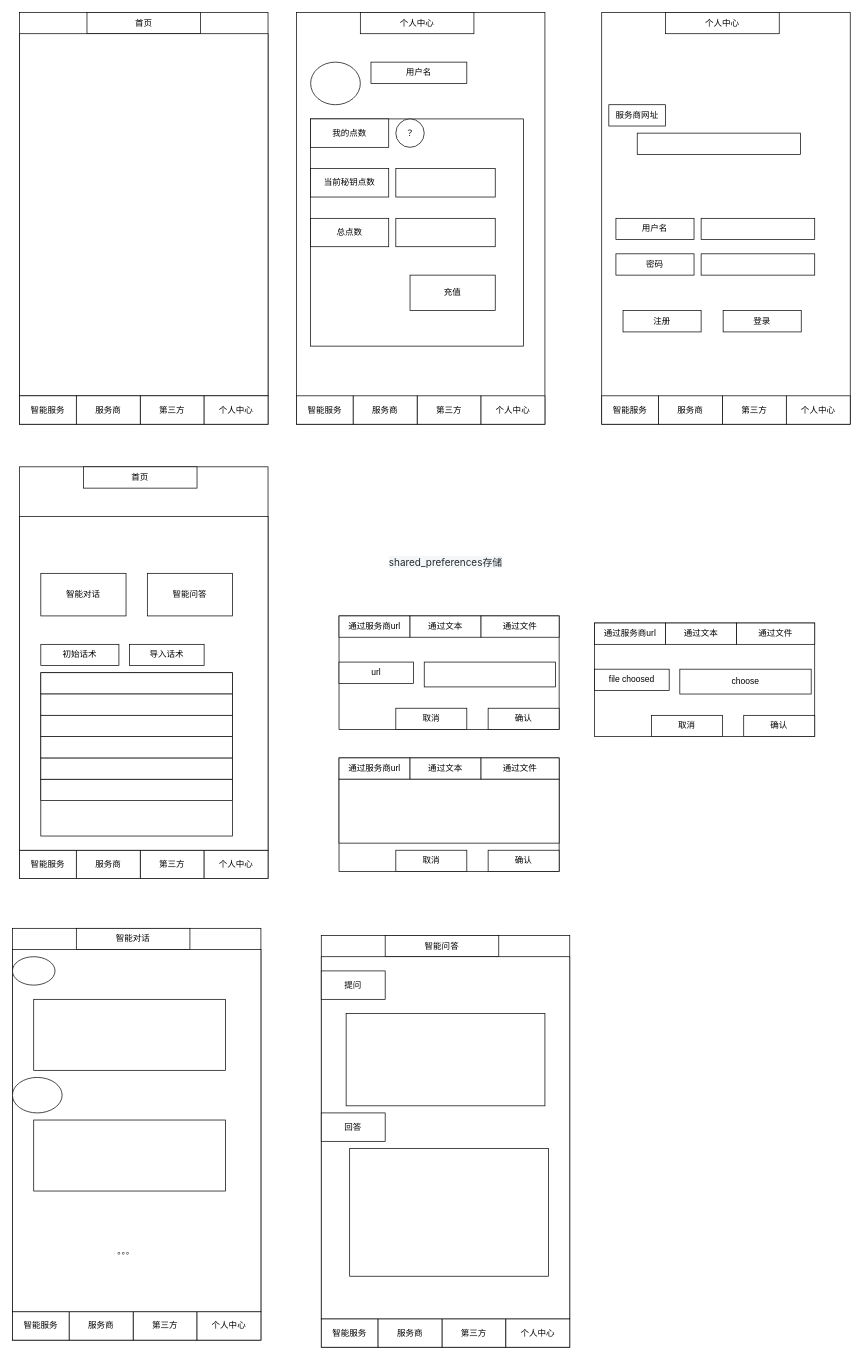
Above: assets/design/home.drawio in Basicconstruction/mixedgpt (draw.io), before the change. Source tidied: cells renumbered, new cells numbered last; positions are measured from the earlier drawing's top-left corner, leaving out a move shared by most shapes. Both pictures are drawn from the tidied source at 71%, with x=0, y=0 at pixel (12, 12).
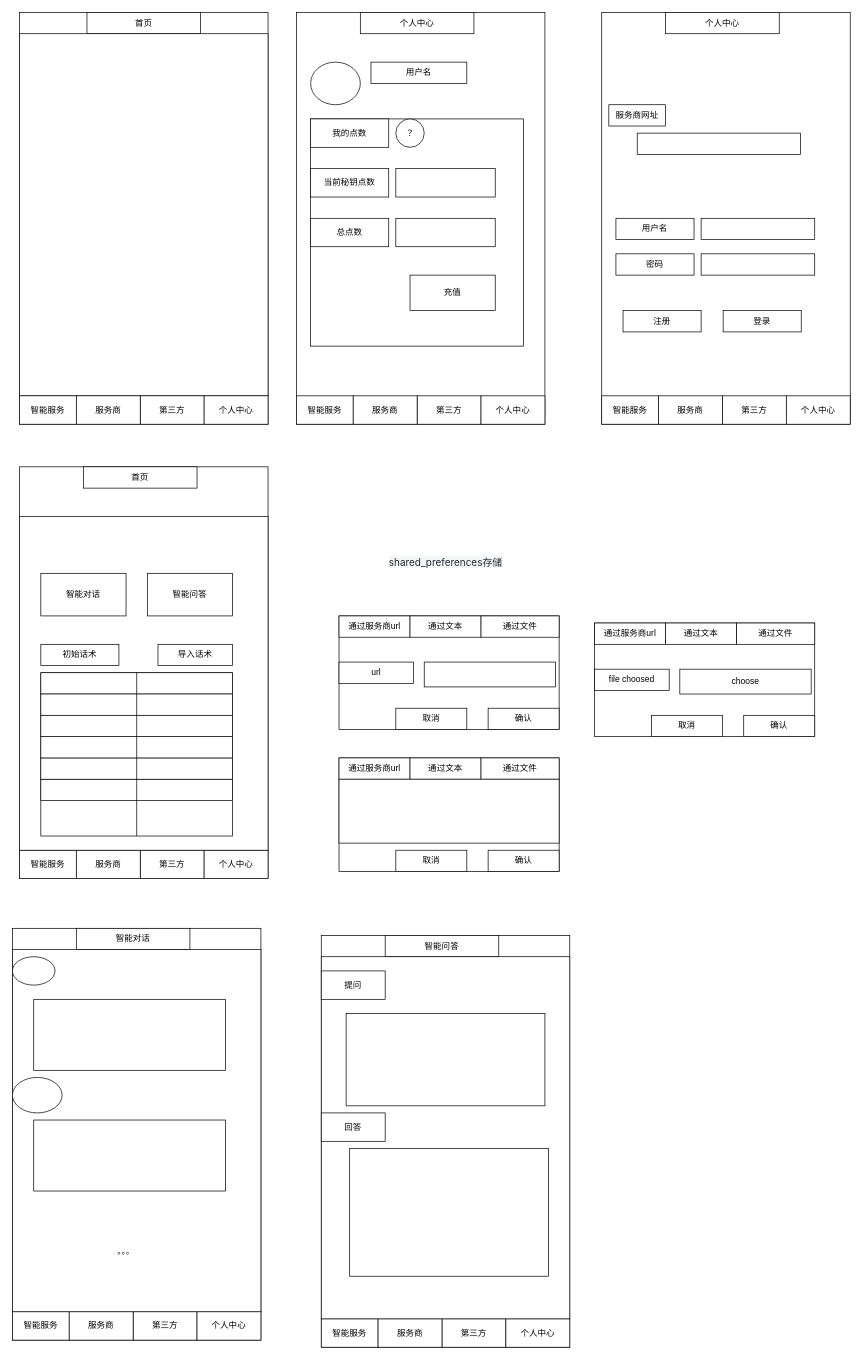
The same page after the edit.

Unchanged cells that the change refers to:
```xml
<mxCell id="50" style="rounded=0;whiteSpace=wrap;html=1;" parent="1" vertex="1">
  <mxGeometry x="40" y="930" width="270" height="230" as="geometry" />
</mxCell>
<mxCell id="51" style="rounded=0;whiteSpace=wrap;html=1;" parent="1" vertex="1">
  <mxGeometry x="40" y="930" width="270" height="30" as="geometry" />
</mxCell>
```

Change to the diagram source:
```diff
@@
     <mxCell id="49" value="导入话术" style="rounded=0;whiteSpace=wrap;html=1;" parent="1" vertex="1">
-      <mxGeometry x="165" y="890" width="105" height="30" as="geometry" />
+      <mxGeometry x="205" y="890" width="105" height="30" as="geometry" />
     </mxCell>
@@
+    <mxCell id="104" style="endArrow=none;html=1;rounded=0;entryX=0.5;entryY=0;entryDx=0;entryDy=0;" parent="1" edge="1" source="50" target="51">
+      <mxGeometry relative="1" as="geometry" />
+    </mxCell>
+    <mxCell id="105" style="endArrow=none;html=1;rounded=0;entryX=0.5;entryY=0;entryDx=0;entryDy=0;exitX=0.5;exitY=1;exitDx=0;exitDy=0;" parent="1" edge="1" source="50" target="51">
+      <mxGeometry relative="1" as="geometry" />
+    </mxCell>
```
